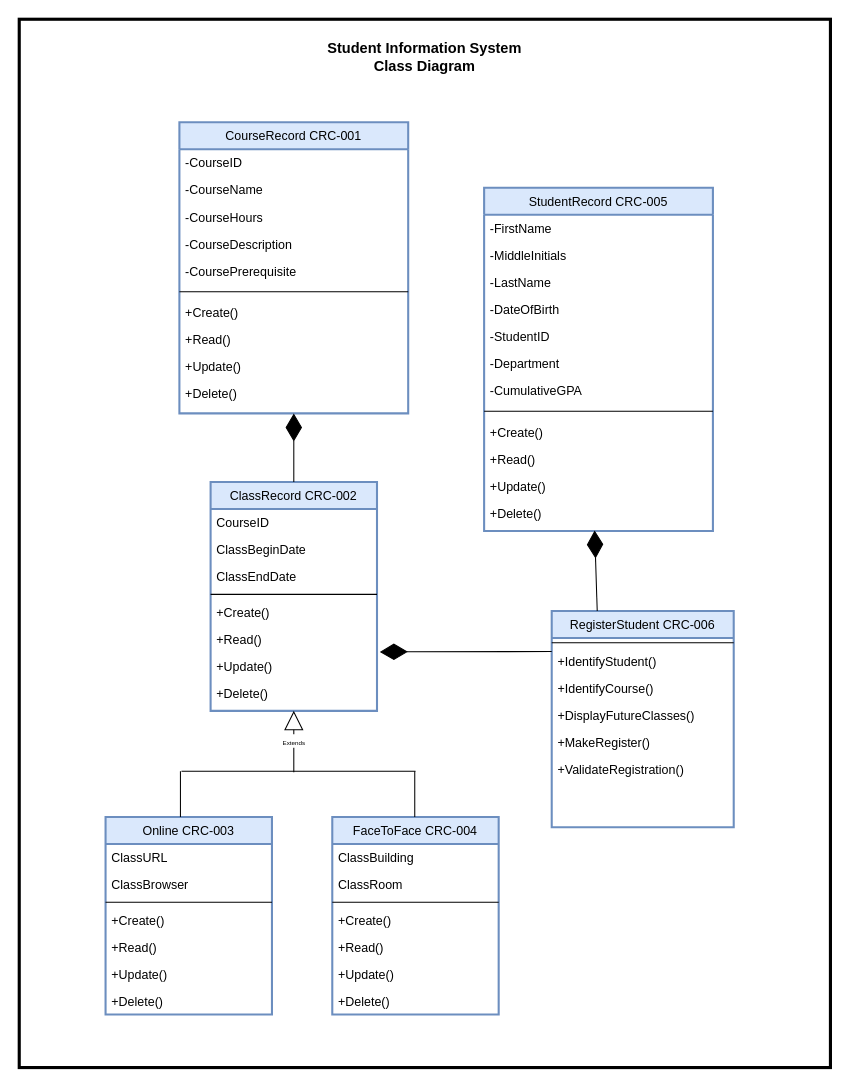
kincaidtk901/Workspace keeps this draw.io diagram as 4-1-Assignment.drawio. Above is the earlier version. Source tidied: cells renumbered, new cells numbered last; positions are measured from the earlier drawing's top-left corner, leaving out a move shared by most shapes. Both pictures are drawn from the tidied source at 104%, with x=0, y=0 at pixel (19, 19).
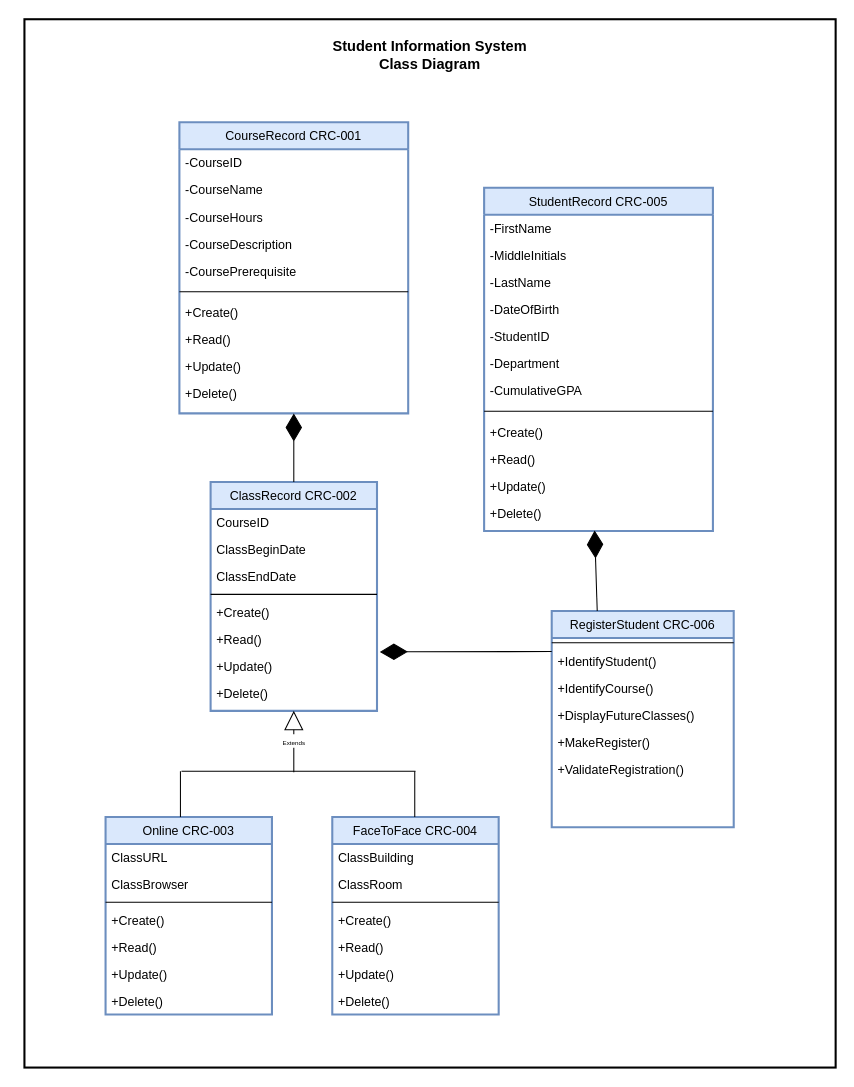
The same page after the edit.

Diff of the diagram source:
```diff
@@
-    <mxCell id="65" style="rounded=0;whiteSpace=wrap;html=1;strokeWidth=3;fillColor=none;" parent="1" vertex="1">
-      <mxGeometry width="780" height="1008" as="geometry" />
+    <mxCell id="65" style="rounded=0;whiteSpace=wrap;html=1;strokeWidth=2;fillColor=none;" parent="1" vertex="1">
+      <mxGeometry x="5" width="780" height="1008" as="geometry" />
     </mxCell>
     <mxCell id="66" value="&lt;font style=&quot;font-size: 14px&quot;&gt;Student Information System &lt;br&gt;Class Diagram&lt;/font&gt;" style="text;html=1;strokeColor=none;fillColor=none;align=center;verticalAlign=middle;whiteSpace=wrap;rounded=0;fontStyle=1;" parent="1" vertex="1">
-      <mxGeometry x="276" y="22" width="228" height="28" as="geometry" />
+      <mxGeometry x="281" y="20" width="228" height="28" as="geometry" />
     </mxCell>
```
